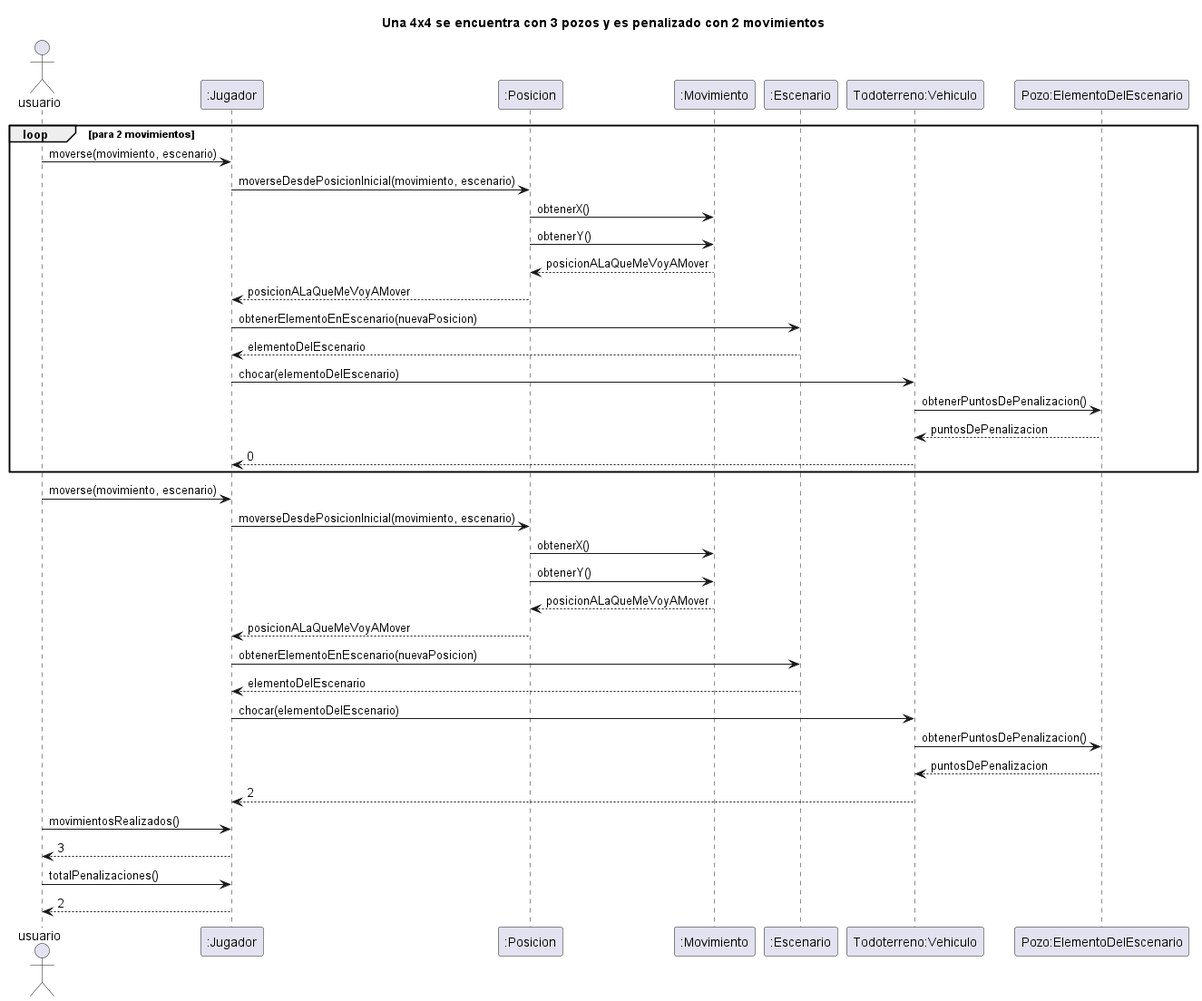
Above: diagrams/sequences/todoterreno_choca_3pozos.png in NestorPala/T17-GPSChallenge (PlantUML), before the change. Its source is kept beside it as diagrams/sequences/todoterreno_choca_3pozos.puml.
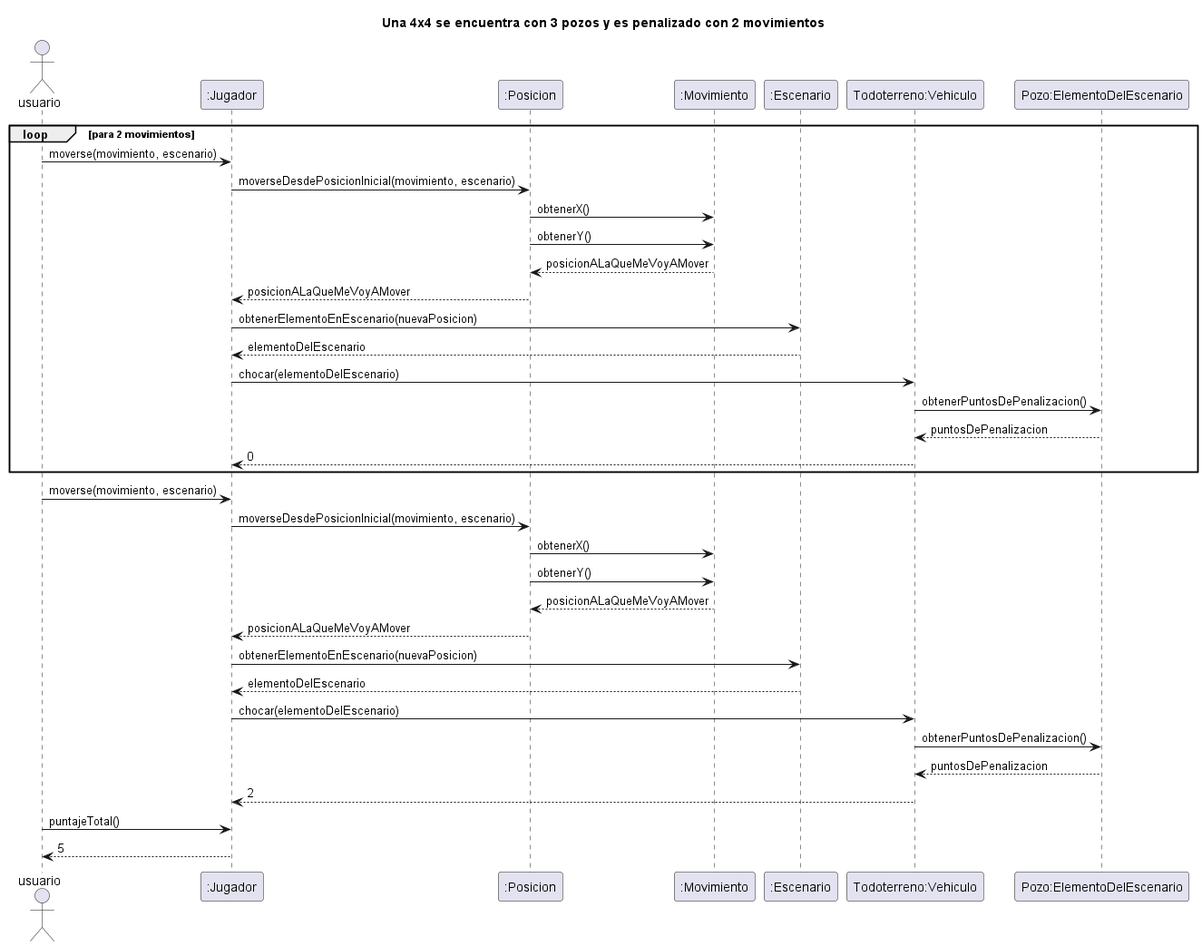
The same diagram one commit later.

The edit, as a diff of the source:
```diff
@@ -29,9 +29,7 @@
 "Todoterreno:Vehiculo" -> "Pozo:ElementoDelEscenario": obtenerPuntosDePenalizacion()
 return puntosDePenalizacion
 "Todoterreno:Vehiculo" --> ":Jugador": 2
-"usuario" -> ":Jugador": movimientosRealizados()
-return 3
-"usuario" -> ":Jugador": totalPenalizaciones()
-return 2
+"usuario" -> ":Jugador": puntajeTotal()
+return 5
 
 @enduml
```
